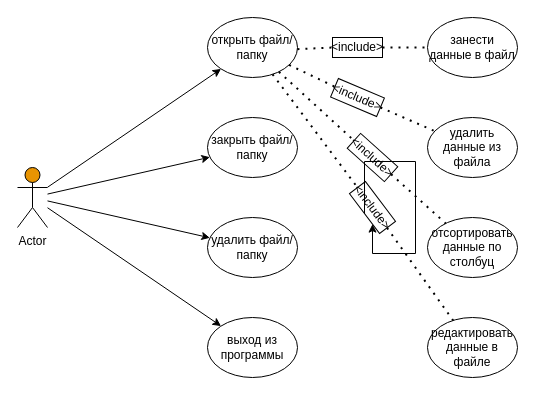
This is page "UMLexplorer" (3 of 3) of ЧМИ/Диаграмма без названия.drawio from TrahOff/HMI, a draw.io file, before an edit. Source tidied: cells renumbered, new cells numbered last; positions are measured from the earlier drawing's top-left corner, leaving out a move shared by most shapes. Both pictures are drawn from the tidied source at 100%, with x=0, y=0 at pixel (17, 17).
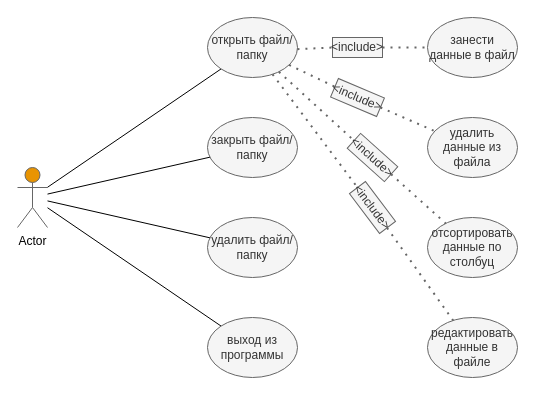
After the change.

Change to the diagram source:
```diff
@@
-    <mxCell id="2" style="group;" parent="1" vertex="1">
-      <mxGeometry width="500" height="360" as="geometry" />
-    </mxCell>
-    <mxCell id="3" value="&lt;font color=&quot;#000000&quot;&gt;Actor&lt;/font&gt;" style="shape=umlActor;verticalLabelPosition=bottom;verticalAlign=top;html=1;outlineConnect=0;strokeColor=#000;fillColor=#E89402;" parent="2" vertex="1">
+    <mxCell id="3" value="&lt;font color=&quot;#000000&quot;&gt;Actor&lt;/font&gt;" style="shape=umlActor;verticalLabelPosition=bottom;verticalAlign=top;html=1;outlineConnect=0;strokeColor=#666666;fillColor=#E89402;fontColor=#333333;" parent="1" vertex="1">
       <mxGeometry y="150" width="30" height="60" as="geometry" />
     </mxCell>
-    <mxCell id="4" value="открыть файл/папку" style="ellipse;whiteSpace=wrap;html=1;strokeColor=#000;" parent="2" vertex="1">
+    <mxCell id="4" value="открыть файл/папку" style="ellipse;whiteSpace=wrap;html=1;strokeColor=#666666;fillColor=#f5f5f5;fontColor=#333333;" parent="1" vertex="1">
       <mxGeometry x="190" width="90" height="60" as="geometry" />
     </mxCell>
-    <mxCell id="5" value="закрыть файл/папку" style="ellipse;whiteSpace=wrap;html=1;strokeColor=#000;" parent="2" vertex="1">
+    <mxCell id="5" value="закрыть файл/папку" style="ellipse;whiteSpace=wrap;html=1;strokeColor=#666666;fillColor=#f5f5f5;fontColor=#333333;" parent="1" vertex="1">
       <mxGeometry x="190" y="100" width="90" height="60" as="geometry" />
     </mxCell>
-    <mxCell id="6" value="удалить файл/папку" style="ellipse;whiteSpace=wrap;html=1;strokeColor=#000;" parent="2" vertex="1">
+    <mxCell id="6" value="удалить файл/папку" style="ellipse;whiteSpace=wrap;html=1;strokeColor=#666666;fillColor=#f5f5f5;fontColor=#333333;" parent="1" vertex="1">
       <mxGeometry x="190" y="200" width="90" height="60" as="geometry" />
     </mxCell>
-    <mxCell id="7" value="выход из программы" style="ellipse;whiteSpace=wrap;html=1;strokeColor=#000;" parent="2" vertex="1">
+    <mxCell id="7" value="выход из программы" style="ellipse;whiteSpace=wrap;html=1;strokeColor=#666666;fillColor=#f5f5f5;fontColor=#333333;" parent="1" vertex="1">
       <mxGeometry x="190" y="300" width="90" height="60" as="geometry" />
     </mxCell>
-    <mxCell id="8" value="занести данные в файл" style="ellipse;whiteSpace=wrap;html=1;strokeColor=#000;" parent="2" vertex="1">
+    <mxCell id="8" value="занести данные в файл" style="ellipse;whiteSpace=wrap;html=1;strokeColor=#666666;fillColor=#f5f5f5;fontColor=#333333;" parent="1" vertex="1">
       <mxGeometry x="410" width="90" height="60" as="geometry" />
     </mxCell>
-    <mxCell id="9" value="удалить данные из файла" style="ellipse;whiteSpace=wrap;html=1;strokeColor=#000;" parent="2" vertex="1">
+    <mxCell id="9" value="удалить данные из файла" style="ellipse;whiteSpace=wrap;html=1;strokeColor=#666666;fillColor=#f5f5f5;fontColor=#333333;" parent="1" vertex="1">
       <mxGeometry x="410" y="100" width="90" height="60" as="geometry" />
     </mxCell>
-    <mxCell id="10" value="отсортировать данные по столбуц" style="ellipse;whiteSpace=wrap;html=1;strokeColor=#000;" parent="2" vertex="1">
+    <mxCell id="10" value="отсортировать данные по столбуц" style="ellipse;whiteSpace=wrap;html=1;strokeColor=#666666;fillColor=#f5f5f5;fontColor=#333333;" parent="1" vertex="1">
       <mxGeometry x="410" y="200" width="90" height="60" as="geometry" />
     </mxCell>
-    <mxCell id="11" value="редактировать данные в файле" style="ellipse;whiteSpace=wrap;html=1;strokeColor=#000;" parent="2" vertex="1">
+    <mxCell id="11" value="редактировать данные в файле" style="ellipse;whiteSpace=wrap;html=1;strokeColor=#666666;fillColor=#f5f5f5;fontColor=#333333;" parent="1" vertex="1">
       <mxGeometry x="410" y="300" width="90" height="60" as="geometry" />
     </mxCell>
-    <mxCell id="12" style="endArrow=classic;html=1;rounded=0;strokeColor=#000;" parent="2" edge="1" source="3" target="4">
-      <mxGeometry relative="1" as="geometry" />
-    </mxCell>
-    <mxCell id="13" style="endArrow=classic;html=1;rounded=0;strokeColor=#000;" parent="2" edge="1" source="3" target="5">
-      <mxGeometry relative="1" as="geometry" />
-    </mxCell>
-    <mxCell id="14" style="endArrow=classic;html=1;rounded=0;strokeColor=#000;" parent="2" edge="1" source="3" target="6">
-      <mxGeometry relative="1" as="geometry" />
-    </mxCell>
-    <mxCell id="15" style="endArrow=classic;html=1;rounded=0;strokeColor=#000;" parent="2" edge="1" source="3" target="7">
-      <mxGeometry relative="1" as="geometry" />
-    </mxCell>
-    <mxCell id="16" style="endArrow=none;dashed=1;html=1;dashPattern=1 3;strokeWidth=2;rounded=0;strokeColor=#000;" parent="2" edge="1" source="21" target="8">
+    <mxCell id="16" style="endArrow=none;dashed=1;html=1;dashPattern=1 3;strokeWidth=2;rounded=0;strokeColor=#666666;fillColor=#f5f5f5;" parent="1" edge="1" source="21" target="8">
       <mxGeometry relative="1" as="geometry" />
     </mxCell>
-    <mxCell id="17" style="endArrow=none;dashed=1;html=1;dashPattern=1 3;strokeWidth=2;rounded=0;strokeColor=#000;" parent="2" edge="1" source="27" target="9">
+    <mxCell id="17" style="endArrow=none;dashed=1;html=1;dashPattern=1 3;strokeWidth=2;rounded=0;strokeColor=#666666;fillColor=#f5f5f5;" parent="1" edge="1" source="27" target="9">
       <mxGeometry relative="1" as="geometry" />
     </mxCell>
-    <mxCell id="18" style="endArrow=none;dashed=1;html=1;dashPattern=1 3;strokeWidth=2;rounded=0;strokeColor=#000;" parent="2" edge="1" source="25" target="10">
+    <mxCell id="18" style="endArrow=none;dashed=1;html=1;dashPattern=1 3;strokeWidth=2;rounded=0;strokeColor=#666666;fillColor=#f5f5f5;" parent="1" edge="1" source="25" target="10">
       <mxGeometry relative="1" as="geometry" />
     </mxCell>
-    <mxCell id="19" style="endArrow=none;dashed=1;html=1;dashPattern=1 3;strokeWidth=2;rounded=0;strokeColor=#000;" parent="2" edge="1" source="23" target="11">
+    <mxCell id="19" style="endArrow=none;dashed=1;html=1;dashPattern=1 3;strokeWidth=2;rounded=0;strokeColor=#666666;fillColor=#f5f5f5;" parent="1" edge="1" source="23" target="11">
       <mxGeometry relative="1" as="geometry" />
     </mxCell>
-    <mxCell id="20" style="endArrow=none;dashed=1;html=1;dashPattern=1 3;strokeWidth=2;rounded=0;strokeColor=#000;" parent="2" edge="1" source="4" target="21">
+    <mxCell id="20" style="endArrow=none;dashed=1;html=1;dashPattern=1 3;strokeWidth=2;rounded=0;strokeColor=#666666;fillColor=#f5f5f5;" parent="1" edge="1" source="4" target="21">
       <mxGeometry relative="1" as="geometry" />
     </mxCell>
-    <mxCell id="21" value="&amp;lt;include&amp;gt;" style="text;strokeColor=#000;align=center;fillColor=none;html=1;verticalAlign=middle;whiteSpace=wrap;rounded=0;fontColor=#000;" parent="2" vertex="1">
+    <mxCell id="21" value="&amp;lt;include&amp;gt;" style="text;strokeColor=#666666;align=center;fillColor=#f5f5f5;html=1;verticalAlign=middle;whiteSpace=wrap;rounded=0;fontColor=#333333;" parent="1" vertex="1">
       <mxGeometry x="315" y="20" width="50" height="20" as="geometry" />
     </mxCell>
-    <mxCell id="22" style="endArrow=none;dashed=1;html=1;dashPattern=1 3;strokeWidth=2;rounded=0;strokeColor=#000;" parent="2" edge="1" source="4" target="23">
+    <mxCell id="22" style="endArrow=none;dashed=1;html=1;dashPattern=1 3;strokeWidth=2;rounded=0;strokeColor=#666666;fillColor=#f5f5f5;" parent="1" edge="1" source="4" target="23">
       <mxGeometry relative="1" as="geometry" />
     </mxCell>
-    <mxCell id="23" value="&amp;lt;include&amp;gt;" style="text;strokeColor=#000;align=center;fillColor=none;html=1;verticalAlign=middle;whiteSpace=wrap;rounded=0;rotation=53;fontColor=#000;" parent="2" vertex="1">
+    <mxCell id="23" value="&amp;lt;include&amp;gt;" style="text;strokeColor=#666666;align=center;fillColor=#f5f5f5;html=1;verticalAlign=middle;whiteSpace=wrap;rounded=0;rotation=53;fontColor=#333333;" parent="1" vertex="1">
       <mxGeometry x="330" y="180" width="50" height="20" as="geometry" />
     </mxCell>
-    <mxCell id="24" style="endArrow=none;dashed=1;html=1;dashPattern=1 3;strokeWidth=2;rounded=0;strokeColor=#000;" parent="2" edge="1" source="4" target="25">
+    <mxCell id="24" style="endArrow=none;dashed=1;html=1;dashPattern=1 3;strokeWidth=2;rounded=0;strokeColor=#666666;fillColor=#f5f5f5;" parent="1" edge="1" source="4" target="25">
       <mxGeometry relative="1" as="geometry" />
     </mxCell>
-    <mxCell id="25" value="&amp;lt;include&amp;gt;" style="text;strokeColor=#000;align=center;fillColor=none;html=1;verticalAlign=middle;whiteSpace=wrap;rounded=0;rotation=42;fontColor=#000;" parent="2" vertex="1">
+    <mxCell id="25" value="&amp;lt;include&amp;gt;" style="text;strokeColor=#666666;align=center;fillColor=#f5f5f5;html=1;verticalAlign=middle;whiteSpace=wrap;rounded=0;rotation=42;fontColor=#333333;" parent="1" vertex="1">
       <mxGeometry x="330" y="130" width="50" height="20" as="geometry" />
     </mxCell>
-    <mxCell id="26" style="endArrow=none;dashed=1;html=1;dashPattern=1 3;strokeWidth=2;rounded=0;strokeColor=#000;" parent="2" edge="1" source="4" target="27">
+    <mxCell id="26" style="endArrow=none;dashed=1;html=1;dashPattern=1 3;strokeWidth=2;rounded=0;strokeColor=#666666;fillColor=#f5f5f5;" parent="1" edge="1" source="4" target="27">
       <mxGeometry relative="1" as="geometry" />
     </mxCell>
-    <mxCell id="27" value="&amp;lt;include&amp;gt;" style="text;strokeColor=#000;align=center;fillColor=none;html=1;verticalAlign=middle;whiteSpace=wrap;rounded=0;rotation=23;fontColor=#000;" parent="2" vertex="1">
+    <mxCell id="27" value="&amp;lt;include&amp;gt;" style="text;strokeColor=#666666;align=center;fillColor=#f5f5f5;html=1;verticalAlign=middle;whiteSpace=wrap;rounded=0;rotation=23;fontColor=#333333;" parent="1" vertex="1">
       <mxGeometry x="315" y="70" width="50" height="20" as="geometry" />
     </mxCell>
-    <mxCell id="28" style="edgeStyle=orthogonalEdgeStyle;rounded=0;orthogonalLoop=1;jettySize=auto;html=1;exitX=0.5;exitY=1;exitDx=0;exitDy=0;" parent="2" edge="1" source="23" target="23">
-      <mxGeometry relative="1" as="geometry" />
-    </mxCell>
+    <mxCell id="12" style="endArrow=none;html=1;rounded=0;strokeColor=#000000;" parent="1" edge="1" source="3" target="4">
+      <mxGeometry relative="1" as="geometry" />
+    </mxCell>
+    <mxCell id="13" style="endArrow=none;html=1;rounded=0;strokeColor=#000000;" parent="1" edge="1" source="3" target="5">
+      <mxGeometry relative="1" as="geometry" />
+    </mxCell>
+    <mxCell id="14" style="endArrow=none;html=1;rounded=0;strokeColor=#000000;" parent="1" edge="1" source="3" target="6">
+      <mxGeometry relative="1" as="geometry" />
+    </mxCell>
+    <mxCell id="15" style="endArrow=none;html=1;rounded=0;strokeColor=#000000;" parent="1" edge="1" source="3" target="7">
+      <mxGeometry relative="1" as="geometry" />
+    </mxCell>
```
